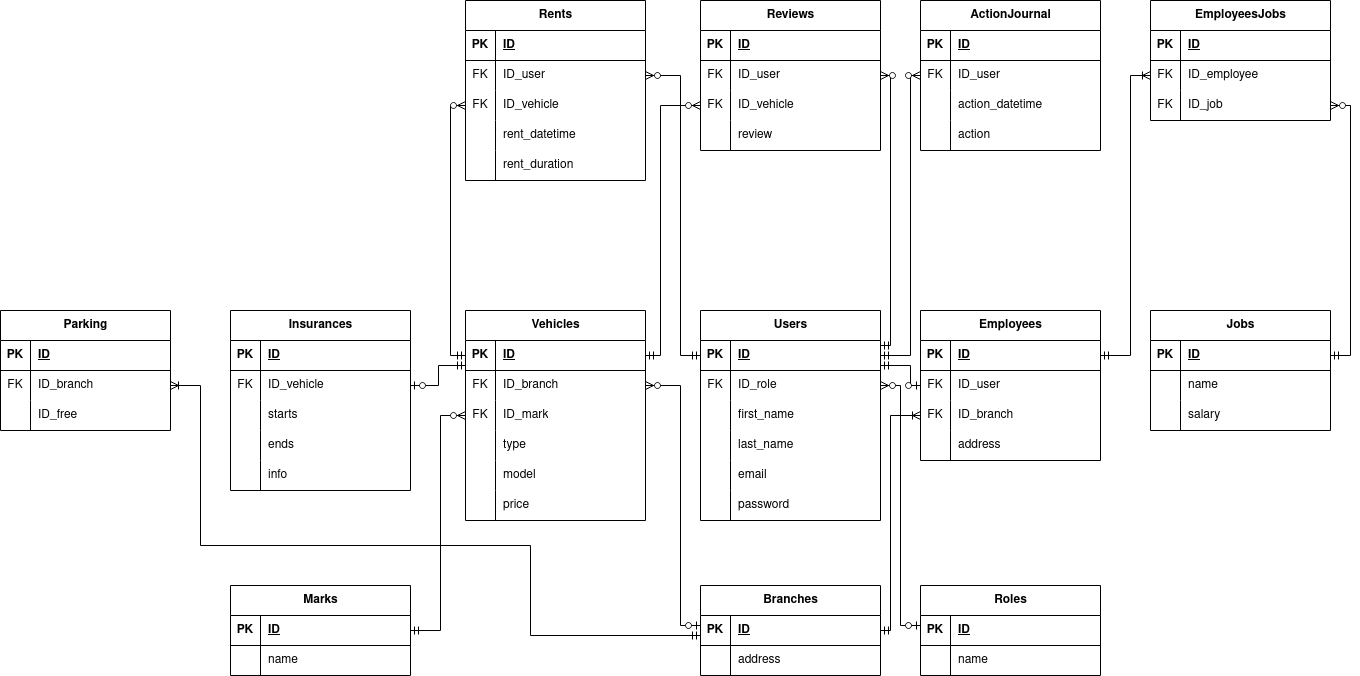
Ma3yTuK/CarRentDB keeps this draw.io diagram as Entities.png. Above is the earlier version. Source tidied: cells renumbered, new cells last; positions are measured from the earlier drawing's top-left corner, leaving out a move shared by most shapes.
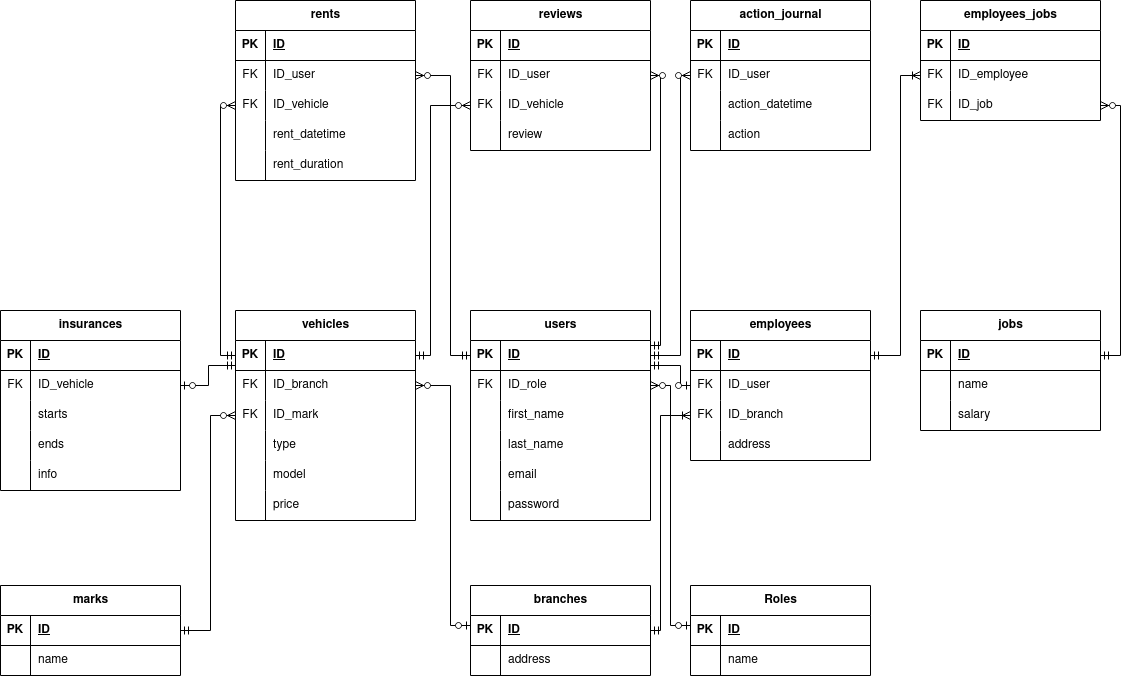
After the commit.

What changed in the source:
```diff
@@ -2,7 +2,7 @@
   <root>
     <mxCell id="0" />
     <mxCell id="1" parent="0" />
-    <mxCell id="2" value="Employees" style="shape=table;startSize=30;rowLines=0;fontStyle=1;align=center;html=1;" parent="1" vertex="1">
+    <mxCell id="2" value="employees" style="shape=table;startSize=30;rowLines=0;fontStyle=1;align=center;html=1;" parent="1" vertex="1">
       <mxGeometry x="920" y="310" width="180" height="150" as="geometry" />
     </mxCell>
     <mxCell id="3" style="shape=tableRow;horizontal=0;startSize=0;swimlaneHead=0;swimlaneBody=0;fillColor=none;points=[[0,0.5],[1,0.5]];portConstraint=eastwest;top=0;left=0;right=0;bottom=1;" parent="2" vertex="1">
@@ -41,7 +41,7 @@
     <mxCell id="14" value="address" style="shape=partialRectangle;fillColor=none;top=0;left=0;bottom=0;right=0;align=left;spacingLeft=6;overflow=hidden;whiteSpace=wrap;html=1;" parent="12" vertex="1">
       <mxGeometry x="30" width="150" height="30" as="geometry" />
     </mxCell>
-    <mxCell id="15" value="Users" style="shape=table;startSize=30;rowLines=0;fontStyle=1;align=center;html=1;" parent="1" vertex="1">
+    <mxCell id="15" value="users" style="shape=table;startSize=30;rowLines=0;fontStyle=1;align=center;html=1;" parent="1" vertex="1">
       <mxGeometry x="700" y="310" width="180" height="210" as="geometry" />
     </mxCell>
     <mxCell id="16" style="shape=tableRow;horizontal=0;startSize=0;swimlaneHead=0;swimlaneBody=0;fillColor=none;points=[[0,0.5],[1,0.5]];portConstraint=eastwest;top=0;left=0;right=0;bottom=1;" parent="15" vertex="1">
@@ -98,7 +98,7 @@
     <mxCell id="33" value="password " style="shape=partialRectangle;fillColor=none;top=0;left=0;bottom=0;right=0;align=left;spacingLeft=6;overflow=hidden;whiteSpace=wrap;html=1;" parent="31" vertex="1">
       <mxGeometry x="30" width="150" height="30" as="geometry" />
     </mxCell>
-    <mxCell id="34" value="ActionJournal" style="shape=table;startSize=30;rowLines=0;fontStyle=1;align=center;html=1;" parent="1" vertex="1">
+    <mxCell id="34" value="action_journal" style="shape=table;startSize=30;rowLines=0;fontStyle=1;align=center;html=1;" parent="1" vertex="1">
       <mxGeometry x="920" width="180" height="150" as="geometry" />
     </mxCell>
     <mxCell id="35" style="shape=tableRow;horizontal=0;startSize=0;swimlaneHead=0;swimlaneBody=0;fillColor=none;top=0;left=0;right=0;bottom=1;" parent="34" vertex="1">
@@ -137,7 +137,7 @@
     <mxCell id="46" value="action" style="shape=partialRectangle;fillColor=none;top=0;left=0;bottom=0;right=0;align=left;spacingLeft=6;overflow=hidden;whiteSpace=wrap;html=1;" parent="44" vertex="1">
       <mxGeometry x="30" width="150" height="30" as="geometry" />
     </mxCell>
-    <mxCell id="47" value="Rents" style="shape=table;startSize=30;rowLines=0;fontStyle=1;align=center;html=1;" parent="1" vertex="1">
+    <mxCell id="47" value="rents" style="shape=table;startSize=30;rowLines=0;fontStyle=1;align=center;html=1;" parent="1" vertex="1">
       <mxGeometry x="465" width="180" height="180" as="geometry" />
     </mxCell>
     <mxCell id="48" style="shape=tableRow;horizontal=0;startSize=0;swimlaneHead=0;swimlaneBody=0;fillColor=none;top=0;left=0;right=0;bottom=1;" parent="47" vertex="1">
@@ -185,7 +185,7 @@
     <mxCell id="62" value="&lt;div&gt;rent_duration&lt;/div&gt;" style="shape=partialRectangle;fillColor=none;top=0;left=0;bottom=0;right=0;align=left;spacingLeft=6;overflow=hidden;whiteSpace=wrap;html=1;" parent="60" vertex="1">
       <mxGeometry x="30" width="150" height="30" as="geometry" />
     </mxCell>
-    <mxCell id="63" value="Vehicles" style="shape=table;startSize=30;rowLines=0;fontStyle=1;align=center;html=1;" parent="1" vertex="1">
+    <mxCell id="63" value="vehicles" style="shape=table;startSize=30;rowLines=0;fontStyle=1;align=center;html=1;" parent="1" vertex="1">
       <mxGeometry x="465" y="310" width="180" height="210" as="geometry" />
     </mxCell>
     <mxCell id="64" style="shape=tableRow;horizontal=0;startSize=0;swimlaneHead=0;swimlaneBody=0;fillColor=none;points=[[0,0.5],[1,0.5]];portConstraint=eastwest;top=0;left=0;right=0;bottom=1;" parent="63" vertex="1">
@@ -242,36 +242,6 @@
     <mxCell id="81" value="price" style="shape=partialRectangle;fillColor=none;top=0;left=0;bottom=0;right=0;align=left;spacingLeft=6;overflow=hidden;whiteSpace=wrap;html=1;" parent="79" vertex="1">
       <mxGeometry x="30" width="150" height="30" as="geometry" />
     </mxCell>
-    <mxCell id="82" value="Parking" style="shape=table;startSize=30;rowLines=0;fontStyle=1;align=center;html=1;" parent="1" vertex="1">
-      <mxGeometry y="310" width="170" height="120" as="geometry" />
-    </mxCell>
-    <mxCell id="83" style="shape=tableRow;horizontal=0;startSize=0;swimlaneHead=0;swimlaneBody=0;fillColor=none;top=0;left=0;right=0;bottom=1;" parent="82" vertex="1">
-      <mxGeometry y="30" width="170" height="30" as="geometry" />
-    </mxCell>
-    <mxCell id="84" value="PK" style="shape=partialRectangle;fillColor=none;top=0;left=0;bottom=0;right=0;fontStyle=1;overflow=hidden;whiteSpace=wrap;html=1;" parent="83" vertex="1">
-      <mxGeometry width="30" height="30" as="geometry" />
-    </mxCell>
-    <mxCell id="85" value="ID" style="shape=partialRectangle;fillColor=none;top=0;left=0;bottom=0;right=0;align=left;spacingLeft=6;fontStyle=5;overflow=hidden;whiteSpace=wrap;html=1;" parent="83" vertex="1">
-      <mxGeometry x="30" width="140" height="30" as="geometry" />
-    </mxCell>
-    <mxCell id="86" style="shape=tableRow;horizontal=0;startSize=0;swimlaneHead=0;swimlaneBody=0;fillColor=none;points=[[0,0.5],[1,0.5]];portConstraint=eastwest;top=0;left=0;right=0;bottom=0;" parent="82" vertex="1">
-      <mxGeometry y="60" width="170" height="30" as="geometry" />
-    </mxCell>
-    <mxCell id="87" value="FK" style="shape=partialRectangle;fillColor=none;top=0;left=0;bottom=0;right=0;overflow=hidden;whiteSpace=wrap;html=1;" parent="86" vertex="1">
-      <mxGeometry width="30" height="30" as="geometry" />
-    </mxCell>
-    <mxCell id="88" value="ID_branch" style="shape=partialRectangle;fillColor=none;top=0;left=0;bottom=0;right=0;align=left;spacingLeft=6;overflow=hidden;whiteSpace=wrap;html=1;" parent="86" vertex="1">
-      <mxGeometry x="30" width="140" height="30" as="geometry" />
-    </mxCell>
-    <mxCell id="89" style="shape=tableRow;horizontal=0;startSize=0;swimlaneHead=0;swimlaneBody=0;fillColor=none;top=0;left=0;right=0;bottom=0;" parent="82" vertex="1">
-      <mxGeometry y="90" width="170" height="30" as="geometry" />
-    </mxCell>
-    <mxCell id="90" style="shape=partialRectangle;fillColor=none;top=0;left=0;bottom=0;right=0;overflow=hidden;whiteSpace=wrap;html=1;" parent="89" vertex="1">
-      <mxGeometry width="30" height="30" as="geometry" />
-    </mxCell>
-    <mxCell id="91" value="ID_free" style="shape=partialRectangle;fillColor=none;top=0;left=0;bottom=0;right=0;align=left;spacingLeft=6;overflow=hidden;whiteSpace=wrap;html=1;" parent="89" vertex="1">
-      <mxGeometry x="30" width="140" height="30" as="geometry" />
-    </mxCell>
     <mxCell id="92" style="fontSize=12;html=1;endArrow=ERzeroToMany;startArrow=ERmandOne;rounded=0;edgeStyle=orthogonalEdgeStyle;" parent="1" edge="1" source="16" target="51">
       <mxGeometry relative="1" as="geometry">
         <Array as="points">
@@ -296,7 +266,7 @@
         </Array>
       </mxGeometry>
     </mxCell>
-    <mxCell id="95" value="Branches" style="shape=table;startSize=30;rowLines=0;fontStyle=1;align=center;html=1;" parent="1" vertex="1">
+    <mxCell id="95" value="branches" style="shape=table;startSize=30;rowLines=0;fontStyle=1;align=center;html=1;" parent="1" vertex="1">
       <mxGeometry x="700" y="585" width="180" height="90" as="geometry" />
     </mxCell>
     <mxCell id="96" style="shape=tableRow;horizontal=0;startSize=0;swimlaneHead=0;swimlaneBody=0;fillColor=none;points=[[0,0.5],[1,0.5]];portConstraint=eastwest;top=0;left=0;right=0;bottom=1;" parent="95" vertex="1">
@@ -317,7 +287,7 @@
     <mxCell id="101" value="address" style="shape=partialRectangle;fillColor=none;top=0;left=0;bottom=0;right=0;align=left;spacingLeft=6;overflow=hidden;whiteSpace=wrap;html=1;" parent="99" vertex="1">
       <mxGeometry x="30" width="150" height="30" as="geometry" />
     </mxCell>
-    <mxCell id="102" value="Jobs" style="shape=table;startSize=30;rowLines=0;fontStyle=1;align=center;html=1;" parent="1" vertex="1">
+    <mxCell id="102" value="jobs" style="shape=table;startSize=30;rowLines=0;fontStyle=1;align=center;html=1;" parent="1" vertex="1">
       <mxGeometry x="1150" y="310" width="180" height="120" as="geometry" />
     </mxCell>
     <mxCell id="103" style="shape=tableRow;horizontal=0;startSize=0;swimlaneHead=0;swimlaneBody=0;fillColor=none;points=[[0,0.5],[1,0.5]];portConstraint=eastwest;top=0;left=0;right=0;bottom=1;" parent="102" vertex="1">
@@ -347,7 +317,7 @@
     <mxCell id="111" value="salary" style="shape=partialRectangle;fillColor=none;top=0;left=0;bottom=0;right=0;align=left;spacingLeft=6;overflow=hidden;whiteSpace=wrap;html=1;" parent="109" vertex="1">
       <mxGeometry x="30" width="150" height="30" as="geometry" />
     </mxCell>
-    <mxCell id="112" value="Insurances" style="shape=table;startSize=30;rowLines=0;fontStyle=1;align=center;html=1;" parent="1" vertex="1">
+    <mxCell id="112" value="insurances" style="shape=table;startSize=30;rowLines=0;fontStyle=1;align=center;html=1;" parent="1" vertex="1">
       <mxGeometry x="230" y="310" width="180" height="180" as="geometry" />
     </mxCell>
     <mxCell id="113" style="shape=tableRow;horizontal=0;startSize=0;swimlaneHead=0;swimlaneBody=0;fillColor=none;top=0;left=0;right=0;bottom=1;" parent="112" vertex="1">
@@ -395,7 +365,7 @@
     <mxCell id="127" value="info" style="shape=partialRectangle;fillColor=none;top=0;left=0;bottom=0;right=0;align=left;spacingLeft=6;overflow=hidden;whiteSpace=wrap;html=1;" parent="125" vertex="1">
       <mxGeometry x="30" width="150" height="30" as="geometry" />
     </mxCell>
-    <mxCell id="128" value="&lt;div&gt;Reviews&lt;/div&gt;" style="shape=table;startSize=30;rowLines=0;fontStyle=1;align=center;html=1;" parent="1" vertex="1">
+    <mxCell id="128" value="reviews" style="shape=table;startSize=30;rowLines=0;fontStyle=1;align=center;html=1;" parent="1" vertex="1">
       <mxGeometry x="700" width="180" height="150" as="geometry" />
     </mxCell>
     <mxCell id="129" style="shape=tableRow;horizontal=0;startSize=0;swimlaneHead=0;swimlaneBody=0;fillColor=none;top=0;left=0;right=0;bottom=1;" parent="128" vertex="1">
@@ -466,16 +436,6 @@
         </Array>
       </mxGeometry>
     </mxCell>
-    <mxCell id="145" style="edgeStyle=orthogonalEdgeStyle;fontSize=12;html=1;endArrow=ERoneToMany;startArrow=ERmandOne;rounded=0;" parent="1" edge="1" source="96" target="86">
-      <mxGeometry relative="1" as="geometry">
-        <Array as="points">
-          <mxPoint x="530" y="635" />
-          <mxPoint x="530" y="545" />
-          <mxPoint x="200" y="545" />
-          <mxPoint x="200" y="385" />
-        </Array>
-      </mxGeometry>
-    </mxCell>
     <mxCell id="146" style="edgeStyle=orthogonalEdgeStyle;fontSize=12;html=1;endArrow=ERzeroToOne;startArrow=ERmandOne;rounded=0;" parent="1" edge="1" source="16" target="6">
       <mxGeometry relative="1" as="geometry">
         <Array as="points">
@@ -492,7 +452,7 @@
         </Array>
       </mxGeometry>
     </mxCell>
-    <mxCell id="148" value="Marks" style="shape=table;startSize=30;rowLines=0;fontStyle=1;align=center;html=1;" parent="1" vertex="1">
+    <mxCell id="148" value="marks" style="shape=table;startSize=30;rowLines=0;fontStyle=1;align=center;html=1;" parent="1" vertex="1">
       <mxGeometry x="230" y="585" width="180" height="90" as="geometry" />
     </mxCell>
     <mxCell id="149" style="shape=tableRow;horizontal=0;startSize=0;swimlaneHead=0;swimlaneBody=0;fillColor=none;top=0;left=0;right=0;bottom=1;" parent="148" vertex="1">
@@ -521,7 +481,7 @@
         </Array>
       </mxGeometry>
     </mxCell>
-    <mxCell id="156" value="EmployeesJobs" style="shape=table;startSize=30;rowLines=0;fontStyle=1;align=center;html=1;" parent="1" vertex="1">
+    <mxCell id="156" value="employees_jobs" style="shape=table;startSize=30;rowLines=0;fontStyle=1;align=center;html=1;" parent="1" vertex="1">
       <mxGeometry x="1150" width="180" height="120" as="geometry" />
     </mxCell>
     <mxCell id="157" style="shape=tableRow;horizontal=0;startSize=0;swimlaneHead=0;swimlaneBody=0;fillColor=none;top=0;left=0;right=0;bottom=1;" parent="156" vertex="1">
```
